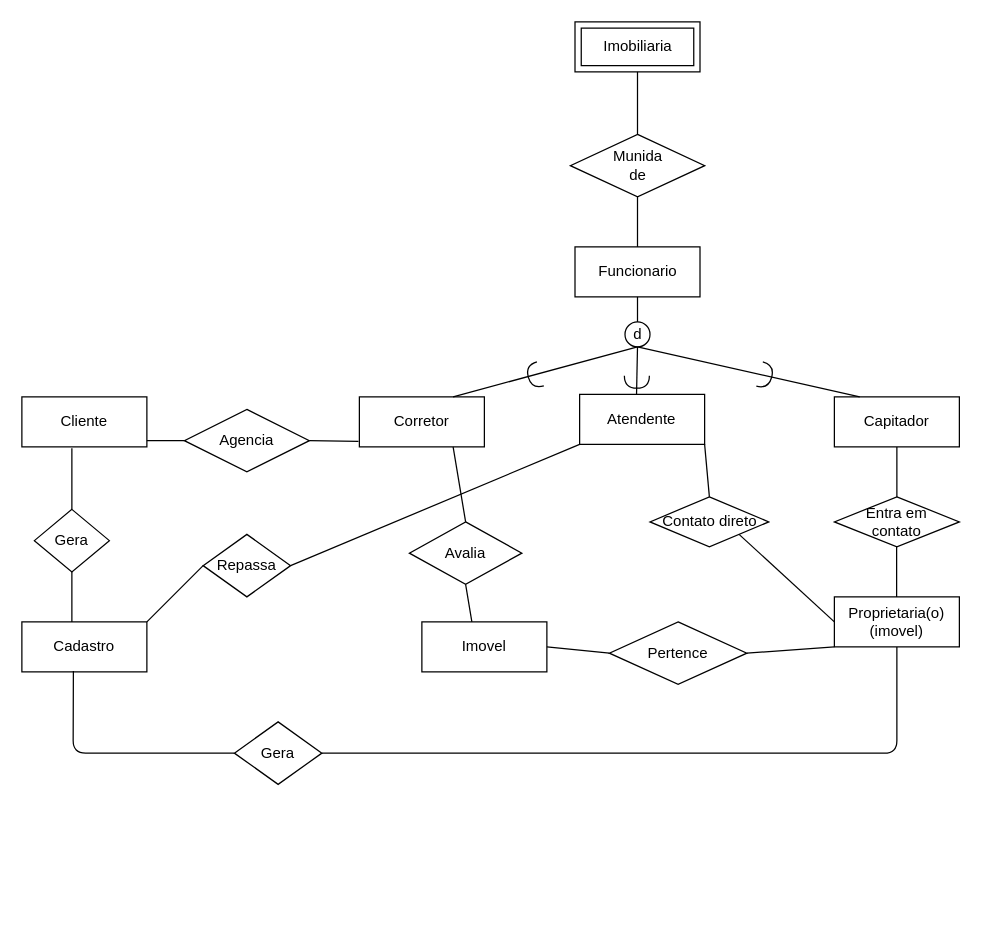
The draw.io diagram Untitled Diagram.drawio in felipe-sartes/felipemelo, before the edit. Source tidied: cells renumbered, new cells numbered last; positions are measured from the earlier drawing's top-left corner, leaving out a move shared by most shapes. Both pictures are drawn from the tidied source at 125%, with x=0, y=0 at pixel (21, 21).
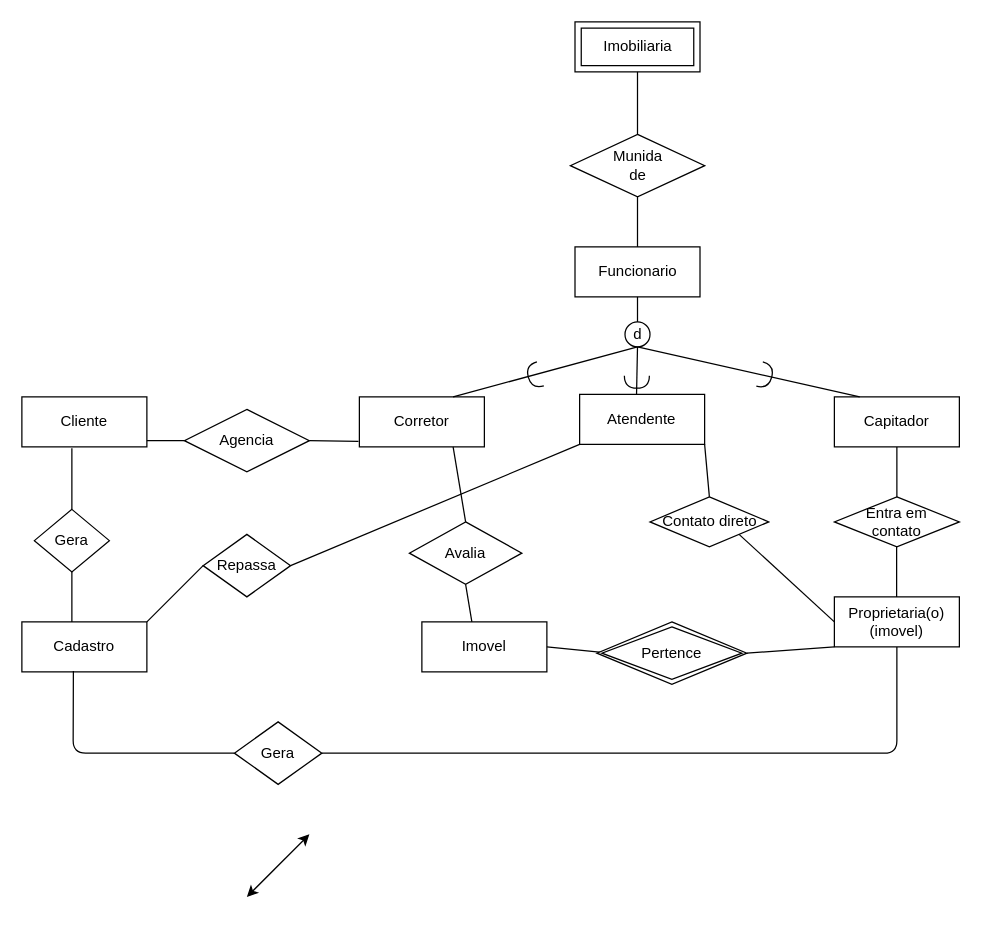
After the change.

Unchanged cells that the change refers to:
```xml
<mxCell id="2" value="Proprietaria(o)&lt;br&gt;(imovel)&lt;br&gt;" style="whiteSpace=wrap;html=1;align=center;" parent="1" vertex="1">
  <mxGeometry x="650" y="460" width="100" height="40" as="geometry" />
</mxCell>
<mxCell id="7" value="Imovel" style="whiteSpace=wrap;html=1;align=center;" parent="1" vertex="1">
  <mxGeometry x="320" y="480" width="100" height="40" as="geometry" />
</mxCell>
```

Change to the diagram source:
```diff
@@
-    <mxCell id="33" value="Pertence" style="shape=rhombus;perimeter=rhombusPerimeter;whiteSpace=wrap;html=1;align=center;strokeWidth=1;" parent="1" vertex="1">
-      <mxGeometry x="470" y="480" width="110" height="50" as="geometry" />
-    </mxCell>
-    <mxCell id="34" style="endArrow=none;html=1;entryX=0;entryY=0.5;entryDx=0;entryDy=0;exitX=1;exitY=0.5;exitDx=0;exitDy=0;" parent="1" edge="1" source="7" target="33">
-      <mxGeometry relative="1" as="geometry" />
+    <mxCell id="34" style="endArrow=none;html=1;entryX=0;entryY=0.5;entryDx=0;entryDy=0;exitX=1;exitY=0.5;exitDx=0;exitDy=0;" parent="1" edge="1" source="7">
+      <mxGeometry relative="1" as="geometry">
+        <mxPoint x="470" y="505" as="targetPoint" />
+      </mxGeometry>
     </mxCell>
-    <mxCell id="35" style="endArrow=none;html=1;entryX=0;entryY=1;entryDx=0;entryDy=0;exitX=1;exitY=0.5;exitDx=0;exitDy=0;" parent="1" edge="1" source="33" target="2">
-      <mxGeometry relative="1" as="geometry" />
+    <mxCell id="35" style="endArrow=none;html=1;entryX=0;entryY=1;entryDx=0;entryDy=0;exitX=1;exitY=0.5;exitDx=0;exitDy=0;" parent="1" edge="1" target="2">
+      <mxGeometry relative="1" as="geometry">
+        <mxPoint x="580" y="505" as="sourcePoint" />
+      </mxGeometry>
     </mxCell>
@@
+    <mxCell id="33" value="Pertence&lt;br&gt;" style="shape=rhombus;double=1;perimeter=rhombusPerimeter;whiteSpace=wrap;html=1;align=center;strokeWidth=1;" parent="1" vertex="1">
+      <mxGeometry x="460" y="480" width="120" height="50" as="geometry" />
+    </mxCell>
+    <mxCell id="46" style="endArrow=classic;startArrow=classic;html=1;" parent="1" edge="1">
+      <mxGeometry relative="1" as="geometry">
+        <mxPoint x="180" y="700" as="sourcePoint" />
+        <mxPoint x="230" y="650" as="targetPoint" />
+      </mxGeometry>
+    </mxCell>
```
